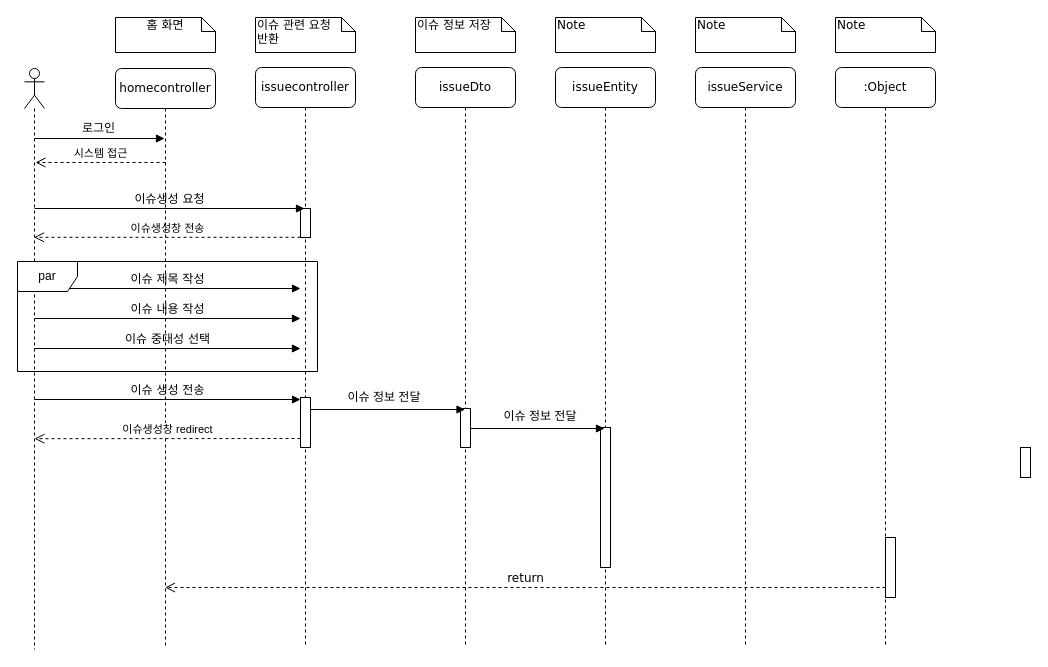
Before: 시퀀스다이어그램 찐막.drawio in ls-hyun0929/Term_Project_19, a draw.io diagram. Source tidied: cells renumbered, new cells numbered last; positions are measured from the earlier drawing's top-left corner, leaving out a move shared by most shapes. Both pictures are drawn from the tidied source at 100%, with x=0, y=0 at pixel (17, 17).
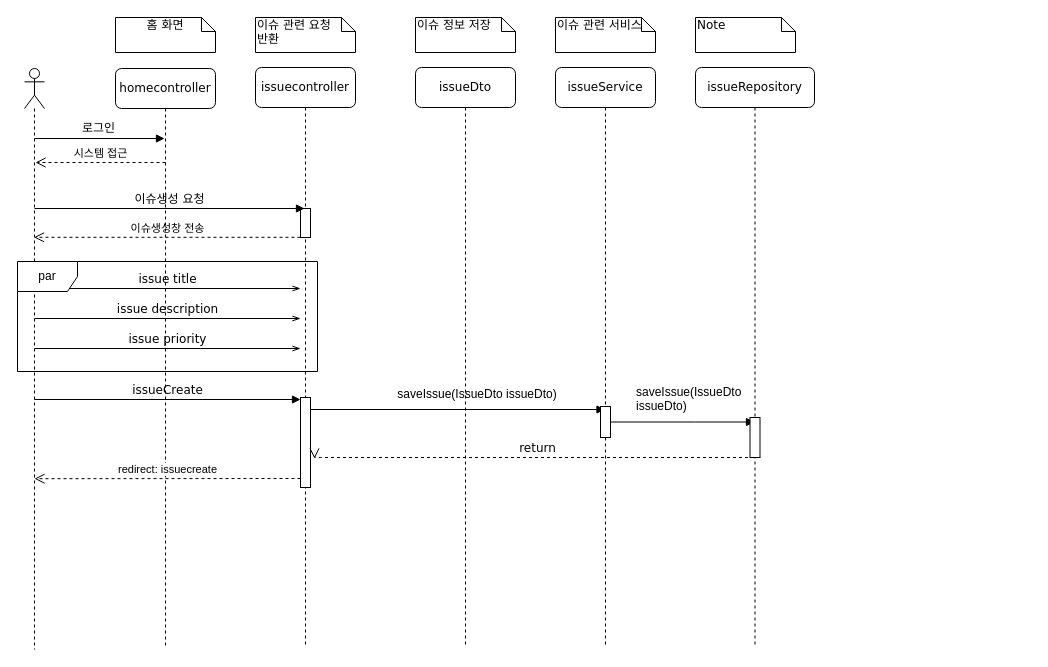
The same diagram, later.

Commit message (it also covers changes not shown here):
시퀀스다이어그램 찐막.drawio 업데이트

The change refers to these unchanged cells:
```xml
<mxCell id="2" value="issuecontroller" style="shape=umlLifeline;perimeter=lifelinePerimeter;whiteSpace=wrap;html=1;rounded=1;shadow=0;comic=0;labelBackgroundColor=none;strokeWidth=1;fontFamily=Verdana;fontSize=12;align=center;" parent="1" vertex="1">
  <mxGeometry x="238" y="50" width="100" height="580" as="geometry" />
</mxCell>
<mxCell id="7" value="issueDto" style="shape=umlLifeline;perimeter=lifelinePerimeter;whiteSpace=wrap;html=1;outlineConnect=0;rounded=1;shadow=0;comic=0;labelBackgroundColor=none;strokeWidth=1;fontFamily=Verdana;fontSize=12;align=center;" parent="1" vertex="1">
  <mxGeometry x="398" y="50" width="100" height="580" as="geometry" />
</mxCell>
<mxCell id="13" value="homecontroller" style="shape=umlLifeline;perimeter=lifelinePerimeter;whiteSpace=wrap;html=1;outlineConnect=0;rounded=1;shadow=0;comic=0;labelBackgroundColor=none;strokeWidth=1;fontFamily=Verdana;fontSize=12;align=center;" parent="1" vertex="1">
  <mxGeometry x="98" y="51" width="100" height="580" as="geometry" />
</mxCell>
<mxCell id="27" style="shape=umlLifeline;perimeter=lifelinePerimeter;whiteSpace=wrap;html=1;outlineConnect=0;portConstraint=eastwest;newEdgeStyle={&quot;curved&quot;:0,&quot;rounded&quot;:0};participant=umlActor;" parent="1" vertex="1">
  <mxGeometry x="7" y="51" width="20" height="581" as="geometry" />
</mxCell>
```

Diff of the diagram source:
```diff
@@
-    <mxCell id="5" value="이슈 제목 작성" style="html=1;verticalAlign=bottom;endArrow=block;labelBackgroundColor=none;fontFamily=Verdana;fontSize=12;" parent="2" edge="1" source="27">
+    <mxCell id="5" value="issue title" style="html=1;verticalAlign=bottom;endArrow=openThin;labelBackgroundColor=none;fontFamily=Verdana;fontSize=12;endFill=0;" parent="2" edge="1" source="27">
       <mxGeometry relative="1" as="geometry">
         <mxPoint x="45" y="221" as="targetPoint" />
       </mxGeometry>
     </mxCell>
     <mxCell id="6" style="html=1;perimeter=orthogonalPerimeter;rounded=0;shadow=0;comic=0;labelBackgroundColor=none;strokeWidth=1;fontFamily=Verdana;fontSize=12;align=center;" parent="2" vertex="1">
-      <mxGeometry x="45" y="330" width="10" height="50" as="geometry" />
+      <mxGeometry x="45" y="330" width="10" height="90" as="geometry" />
     </mxCell>
@@
-    <mxCell id="8" style="html=1;perimeter=orthogonalPerimeter;rounded=0;shadow=0;comic=0;labelBackgroundColor=none;strokeWidth=1;fontFamily=Verdana;fontSize=12;align=center;" parent="7" vertex="1">
-      <mxGeometry x="45" y="341" width="10" height="39" as="geometry" />
-    </mxCell>
-    <mxCell id="9" style="endArrow=block;endFill=1;html=1;edgeStyle=orthogonalEdgeStyle;align=left;verticalAlign=top;rounded=0;" parent="7" edge="1" target="7">
+    <mxCell id="9" style="endArrow=block;endFill=1;html=1;edgeStyle=orthogonalEdgeStyle;align=left;verticalAlign=top;rounded=0;" parent="7" edge="1" target="10">
       <mxGeometry x="-1" relative="1" as="geometry">
         <mxPoint x="-105" y="341" as="sourcePoint" />
         <Array as="points">
           <mxPoint x="-105" y="342" />
         </Array>
       </mxGeometry>
     </mxCell>
-    <mxCell id="10" value="issueEntity" style="shape=umlLifeline;perimeter=lifelinePerimeter;whiteSpace=wrap;html=1;outlineConnect=0;rounded=1;shadow=0;comic=0;labelBackgroundColor=none;strokeWidth=1;fontFamily=Verdana;fontSize=12;align=center;" parent="1" vertex="1">
+    <mxCell id="10" value="issueService" style="shape=umlLifeline;perimeter=lifelinePerimeter;whiteSpace=wrap;html=1;outlineConnect=0;rounded=1;shadow=0;comic=0;labelBackgroundColor=none;strokeWidth=1;fontFamily=Verdana;fontSize=12;align=center;" parent="1" vertex="1">
       <mxGeometry x="538" y="50" width="100" height="580" as="geometry" />
     </mxCell>
+    <mxCell id="17" style="html=1;perimeter=orthogonalPerimeter;rounded=0;shadow=0;comic=0;labelBackgroundColor=none;strokeWidth=1;fontFamily=Verdana;fontSize=12;align=center;" parent="10" vertex="1">
+      <mxGeometry x="45" y="339" width="10" height="31" as="geometry" />
+    </mxCell>
+    <mxCell id="35" style="group;" parent="10" vertex="1">
+      <mxGeometry x="-214" y="319" width="220" height="20" as="geometry" />
+    </mxCell>
+    <mxCell id="36" value="saveIssue(IssueDto issueDto)" style="text;strokeColor=none;align=center;fillColor=none;html=1;verticalAlign=middle;whiteSpace=wrap;rounded=0;" parent="35" vertex="1">
+      <mxGeometry x="41" y="-2" width="190" height="20" as="geometry" />
+    </mxCell>
-    <mxCell id="11" value="issueService" style="shape=umlLifeline;perimeter=lifelinePerimeter;whiteSpace=wrap;html=1;outlineConnect=0;rounded=1;shadow=0;comic=0;labelBackgroundColor=none;strokeWidth=1;fontFamily=Verdana;fontSize=12;align=center;" parent="1" vertex="1">
-      <mxGeometry x="678" y="50" width="100" height="580" as="geometry" />
+    <mxCell id="11" value="issueRepository" style="shape=umlLifeline;perimeter=lifelinePerimeter;whiteSpace=wrap;html=1;outlineConnect=0;rounded=1;shadow=0;comic=0;labelBackgroundColor=none;strokeWidth=1;fontFamily=Verdana;fontSize=12;align=center;" parent="1" vertex="1">
+      <mxGeometry x="678" y="50" width="119" height="580" as="geometry" />
     </mxCell>
-    <mxCell id="12" value=":Object" style="shape=umlLifeline;perimeter=lifelinePerimeter;whiteSpace=wrap;html=1;rounded=1;shadow=0;comic=0;labelBackgroundColor=none;strokeWidth=1;fontFamily=Verdana;fontSize=12;align=center;" parent="1" vertex="1">
-      <mxGeometry x="818" y="50" width="100" height="580" as="geometry" />
-    </mxCell>
+    <mxCell id="40" style="endArrow=block;endFill=1;html=1;edgeStyle=orthogonalEdgeStyle;align=left;verticalAlign=top;rounded=0;" parent="11" edge="1" target="11">
+      <mxGeometry x="-1" relative="1" as="geometry">
+        <mxPoint x="-85" y="354.5" as="sourcePoint" />
+        <Array as="points">
+          <mxPoint x="-1" y="355" />
+          <mxPoint x="-1" y="355" />
+        </Array>
+      </mxGeometry>
+    </mxCell>
+    <mxCell id="18" style="html=1;perimeter=orthogonalPerimeter;rounded=0;shadow=0;comic=0;labelBackgroundColor=none;strokeColor=#000000;strokeWidth=1;fillColor=#FFFFFF;fontFamily=Verdana;fontSize=12;fontColor=#000000;align=center;" parent="11" vertex="1">
+      <mxGeometry x="54.5" y="350" width="10" height="40" as="geometry" />
+    </mxCell>
+    <mxCell id="20" value="return" style="html=1;verticalAlign=bottom;endArrow=open;dashed=1;endSize=8;labelBackgroundColor=none;fontFamily=Verdana;fontSize=12;edgeStyle=elbowEdgeStyle;elbow=vertical;" parent="11" edge="1">
+      <mxGeometry relative="1" as="geometry">
+        <mxPoint x="64.5" y="390" as="sourcePoint" />
+        <mxPoint x="-381" y="391" as="targetPoint" />
+        <Array as="points">
+          <mxPoint x="-235.5" y="390" />
+        </Array>
+      </mxGeometry>
+    </mxCell>
@@
-    <mxCell id="16" value="이슈 중대성 선택" style="html=1;verticalAlign=bottom;endArrow=block;labelBackgroundColor=none;fontFamily=Verdana;fontSize=12;" parent="13" edge="1">
+    <mxCell id="16" value="issue priority" style="html=1;verticalAlign=bottom;endArrow=openThin;labelBackgroundColor=none;fontFamily=Verdana;fontSize=12;endFill=0;" parent="13" edge="1">
       <mxGeometry relative="1" as="geometry">
         <mxPoint x="-81" y="280" as="sourcePoint" />
         <mxPoint x="185" y="280" as="targetPoint" />
       </mxGeometry>
     </mxCell>
-    <mxCell id="17" style="html=1;perimeter=orthogonalPerimeter;rounded=0;shadow=0;comic=0;labelBackgroundColor=none;strokeWidth=1;fontFamily=Verdana;fontSize=12;align=center;" parent="1" vertex="1">
-      <mxGeometry x="583" y="410" width="10" height="140" as="geometry" />
-    </mxCell>
-    <mxCell id="18" style="html=1;perimeter=orthogonalPerimeter;rounded=0;shadow=0;comic=0;labelBackgroundColor=none;strokeColor=#000000;strokeWidth=1;fillColor=#FFFFFF;fontFamily=Verdana;fontSize=12;fontColor=#000000;align=center;" parent="1" vertex="1">
-      <mxGeometry x="1003" y="430" width="10" height="30" as="geometry" />
-    </mxCell>
-    <mxCell id="19" style="html=1;points=[];perimeter=orthogonalPerimeter;rounded=0;shadow=0;comic=0;labelBackgroundColor=none;strokeWidth=1;fontFamily=Verdana;fontSize=12;align=center;" parent="1" vertex="1">
-      <mxGeometry x="868" y="520" width="10" height="60" as="geometry" />
-    </mxCell>
-    <mxCell id="20" value="return" style="html=1;verticalAlign=bottom;endArrow=open;dashed=1;endSize=8;labelBackgroundColor=none;fontFamily=Verdana;fontSize=12;edgeStyle=elbowEdgeStyle;elbow=vertical;" parent="1" edge="1" source="19" target="13">
-      <mxGeometry relative="1" as="geometry">
-        <Array as="points">
-          <mxPoint x="568" y="570" />
-        </Array>
-      </mxGeometry>
-    </mxCell>
@@
-    <mxCell id="24" value="Note" style="shape=note;whiteSpace=wrap;html=1;size=14;verticalAlign=top;align=left;spacingTop=-6;rounded=0;shadow=0;comic=0;labelBackgroundColor=none;strokeWidth=1;fontFamily=Verdana;fontSize=12;" parent="1" vertex="1">
+    <mxCell id="24" value="이슈 관련 서비스" style="shape=note;whiteSpace=wrap;html=1;size=14;verticalAlign=top;align=left;spacingTop=-6;rounded=0;shadow=0;comic=0;labelBackgroundColor=none;strokeWidth=1;fontFamily=Verdana;fontSize=12;" parent="1" vertex="1">
       <mxGeometry x="538" width="100" height="35" as="geometry" />
     </mxCell>
@@
-    <mxCell id="26" value="Note" style="shape=note;whiteSpace=wrap;html=1;size=14;verticalAlign=top;align=left;spacingTop=-6;rounded=0;shadow=0;comic=0;labelBackgroundColor=none;strokeWidth=1;fontFamily=Verdana;fontSize=12;" parent="1" vertex="1">
-      <mxGeometry x="818" width="100" height="35" as="geometry" />
-    </mxCell>
@@
-    <mxCell id="31" value="이슈생성창 redirect" style="html=1;verticalAlign=bottom;endArrow=open;dashed=1;endSize=8;curved=0;rounded=0;" parent="1" edge="1">
+    <mxCell id="31" value="redirect: issuecreate" style="html=1;verticalAlign=bottom;endArrow=open;dashed=1;endSize=8;curved=0;rounded=0;" parent="1" edge="1">
       <mxGeometry relative="1" as="geometry">
-        <mxPoint x="283" y="421" as="sourcePoint" />
-        <mxPoint x="17" y="421.2" as="targetPoint" />
+        <mxPoint x="283" y="461" as="sourcePoint" />
+        <mxPoint x="17" y="461.2" as="targetPoint" />
       </mxGeometry>
     </mxCell>
-    <mxCell id="32" value="이슈 내용 작성" style="html=1;verticalAlign=bottom;endArrow=block;labelBackgroundColor=none;fontFamily=Verdana;fontSize=12;" parent="1" edge="1">
+    <mxCell id="32" value="issue description" style="html=1;verticalAlign=bottom;endArrow=openThin;labelBackgroundColor=none;fontFamily=Verdana;fontSize=12;endFill=0;" parent="1" edge="1">
       <mxGeometry relative="1" as="geometry">
         <mxPoint x="17" y="301" as="sourcePoint" />
         <mxPoint x="283" y="301" as="targetPoint" />
       </mxGeometry>
     </mxCell>
-    <mxCell id="33" value="이슈 생성 전송" style="html=1;verticalAlign=bottom;endArrow=block;labelBackgroundColor=none;fontFamily=Verdana;fontSize=12;" parent="1" edge="1">
+    <mxCell id="33" value="issueCreate" style="html=1;verticalAlign=bottom;endArrow=block;labelBackgroundColor=none;fontFamily=Verdana;fontSize=12;" parent="1" edge="1">
       <mxGeometry relative="1" as="geometry">
         <mxPoint x="17" y="382" as="sourcePoint" />
         <mxPoint x="283" y="382" as="targetPoint" />
       </mxGeometry>
     </mxCell>
@@
-    <mxCell id="35" style="group;" parent="1" vertex="1">
-      <mxGeometry x="297" y="371" width="130" height="20" as="geometry" />
-    </mxCell>
-    <mxCell id="36" value="이슈 정보 전달" style="text;strokeColor=none;align=center;fillColor=none;html=1;verticalAlign=middle;whiteSpace=wrap;rounded=0;" parent="35" vertex="1">
-      <mxGeometry x="30" y="-1" width="80" height="20" as="geometry" />
-    </mxCell>
-    <mxCell id="37" style="group;" parent="1" vertex="1">
-      <mxGeometry x="453" y="390" width="130" height="20" as="geometry" />
-    </mxCell>
-    <mxCell id="38" value="이슈 정보 전달" style="text;strokeColor=none;align=center;fillColor=none;html=1;verticalAlign=middle;whiteSpace=wrap;rounded=0;" parent="37" vertex="1">
-      <mxGeometry x="30" y="-1" width="80" height="20" as="geometry" />
-    </mxCell>
-    <mxCell id="39" style="endArrow=block;endFill=1;html=1;edgeStyle=orthogonalEdgeStyle;align=left;verticalAlign=top;rounded=0;" parent="37" edge="1">
-      <mxGeometry x="-1" relative="1" as="geometry">
-        <mxPoint y="20" as="sourcePoint" />
-        <mxPoint x="134" y="21" as="targetPoint" />
-        <Array as="points">
-          <mxPoint y="21" />
-        </Array>
-      </mxGeometry>
-    </mxCell>
+    <mxCell id="41" value="saveIssue(IssueDto issueDto)" style="text;whiteSpace=wrap;html=1;" parent="1" vertex="1">
+      <mxGeometry x="617" y="361" width="121" height="29" as="geometry" />
+    </mxCell>
```
